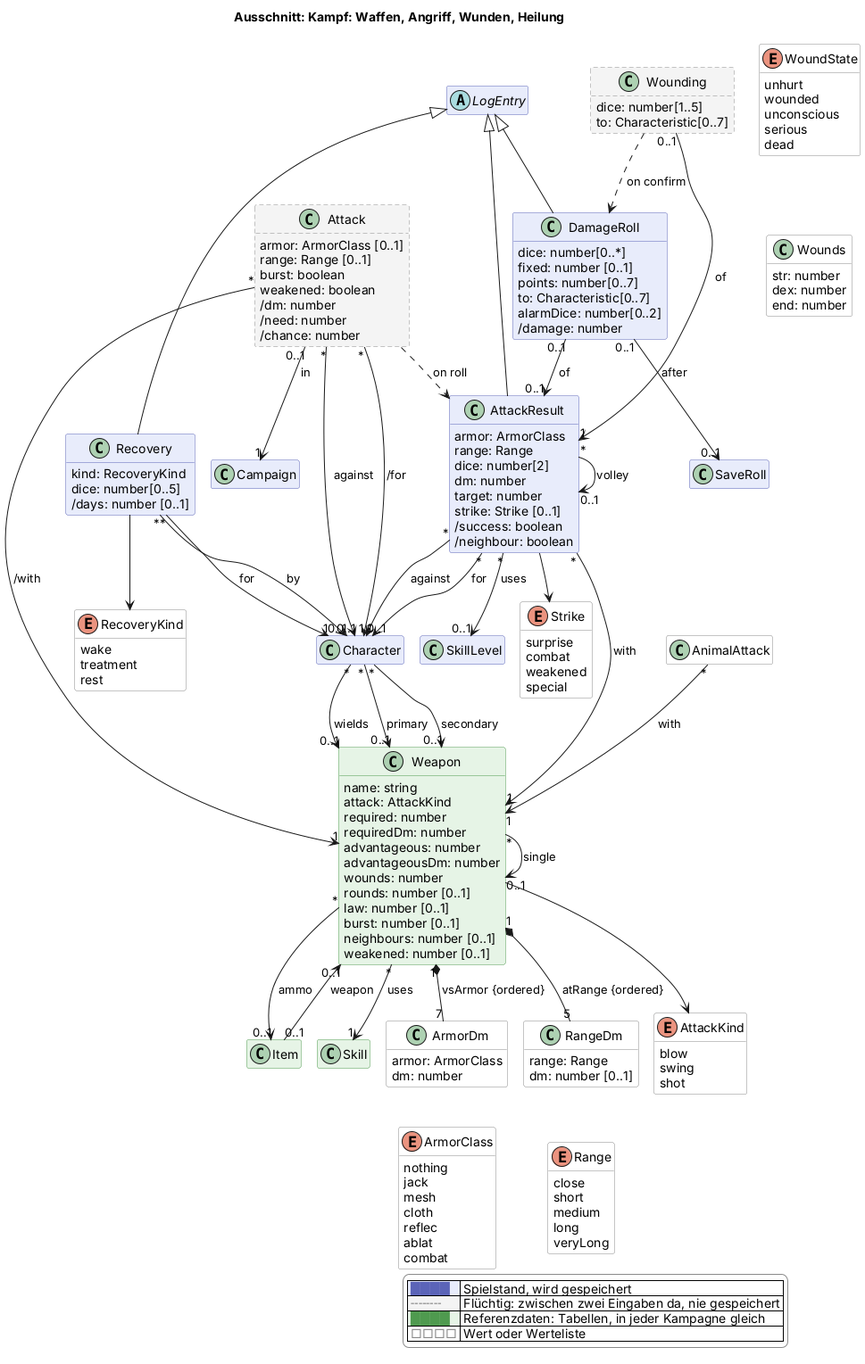
Earlier version of the PlantUML export docs/views/kampf.png (scuzzar/SRE).
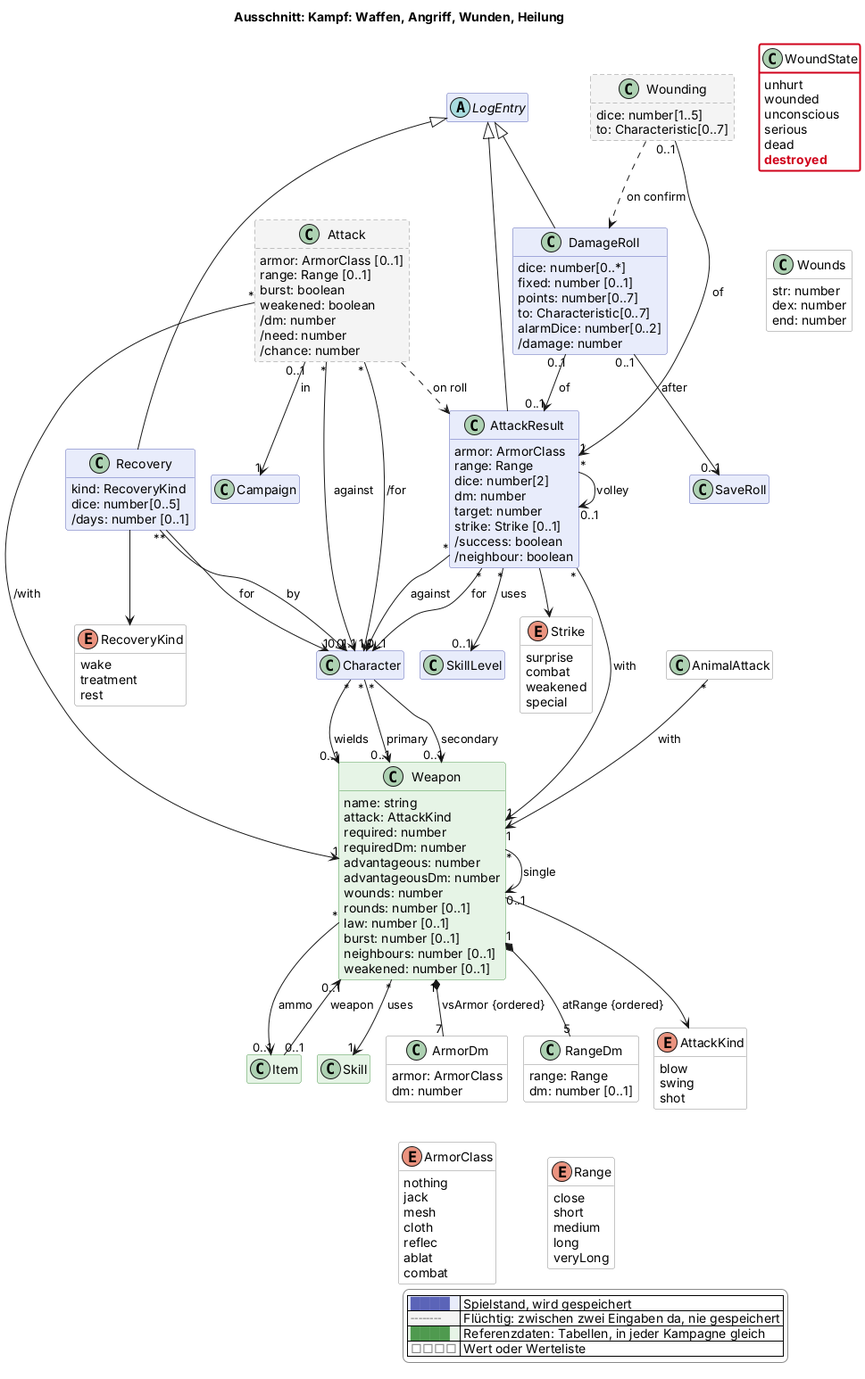
After the change.

What changed in the source:
```diff
@@ -133,6 +133,7 @@
     unconscious
     serious
     dead
+    $new("2026-11-13", "destroyed")
   }
   class AnimalAttack <<value>> $begegnung
 
@@ -235,4 +236,5 @@
   |<#e6f4e6> <color:#4f9a4f>████</color> | Referenzdaten: Tabellen, in jeder Kampagne gleich |
   |<#ffffff> <color:#8a8a8a>□□□□</color> | Wert oder Werteliste |
 endlegend
+class WoundState #line:d0021b;line.bold
 @enduml
```
